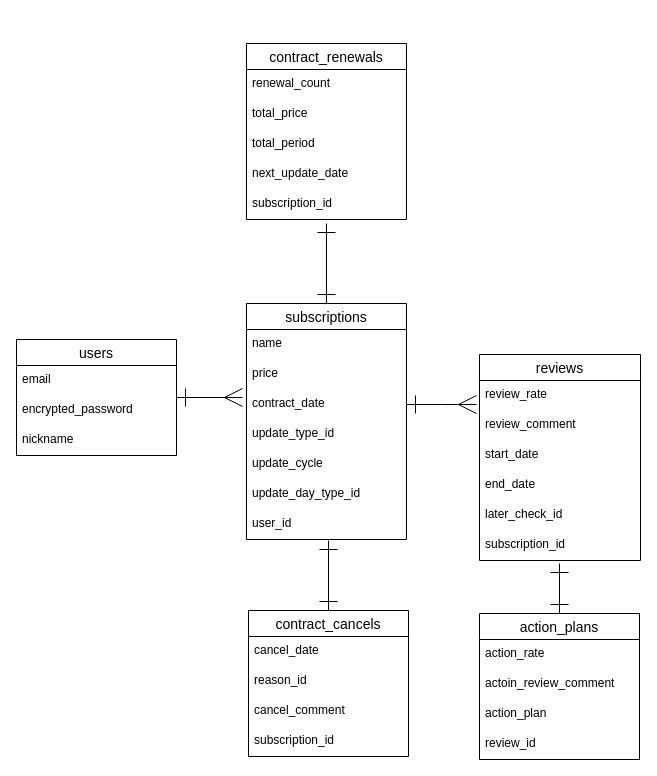
28niwa2108/look-back keeps this draw.io diagram as er_dia.dio. Above is the earlier version. Source tidied: cells renumbered, new cells numbered last; positions are measured from the earlier drawing's top-left corner, leaving out a move shared by most shapes. Both pictures are drawn from the tidied source at 100%, with x=0, y=0 at pixel (16, 43).
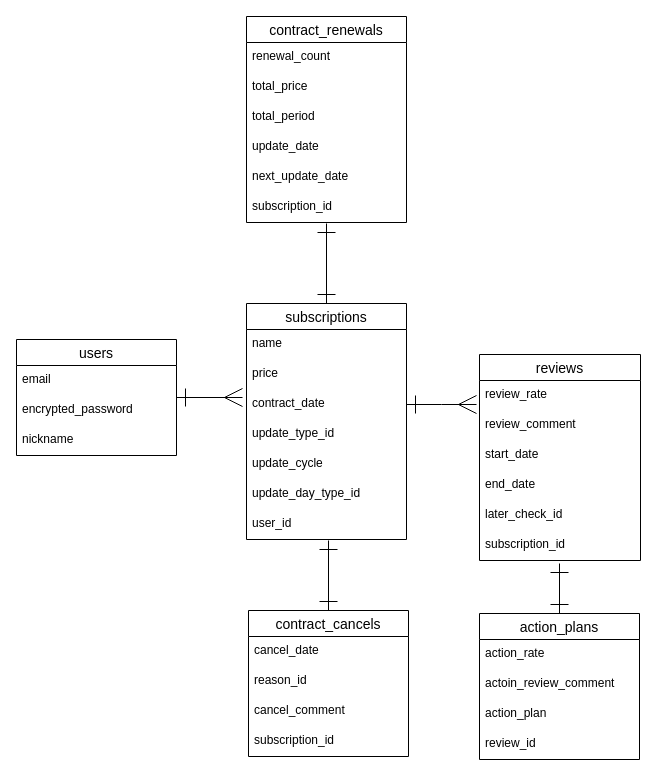
Above is the later version.

Diff of the diagram source:
```diff
@@
     <mxCell id="16" value="contract_renewals" style="swimlane;fontStyle=0;horizontal=1;startSize=26;align=center;fontSize=14;" parent="1" vertex="1">
-      <mxGeometry x="230" width="160" height="176" as="geometry" />
+      <mxGeometry x="230" y="-27" width="160" height="206" as="geometry" />
     </mxCell>
@@
-    <mxCell id="20" value="next_update_date" style="text;strokeColor=none;fillColor=none;spacingLeft=4;spacingRight=4;overflow=hidden;fontSize=12;" parent="16" vertex="1">
+    <mxCell id="20" value="update_date" style="text;strokeColor=none;fillColor=none;spacingLeft=4;spacingRight=4;overflow=hidden;fontSize=12;" parent="16" vertex="1">
       <mxGeometry y="116" width="160" height="30" as="geometry" />
     </mxCell>
-    <mxCell id="21" value="subscription_id" style="text;strokeColor=none;fillColor=none;spacingLeft=4;spacingRight=4;overflow=hidden;fontSize=12;" parent="16" vertex="1">
+    <mxCell id="21" value="next_update_date" style="text;strokeColor=none;fillColor=none;spacingLeft=4;spacingRight=4;overflow=hidden;fontSize=12;" parent="16" vertex="1">
       <mxGeometry y="146" width="160" height="30" as="geometry" />
     </mxCell>
+    <mxCell id="42" value="subscription_id" style="text;strokeColor=none;fillColor=none;spacingLeft=4;spacingRight=4;overflow=hidden;fontSize=12;" parent="16" vertex="1">
+      <mxGeometry y="176" width="160" height="30" as="geometry" />
+    </mxCell>
```
